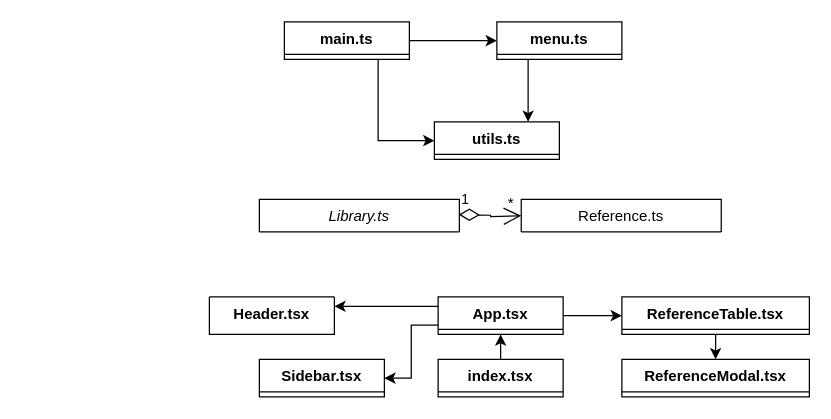
The draw.io diagram doc/UML.drawio in zezosarg/bibliography-manager, before the edit. Source tidied: cells renumbered, new cells numbered last; positions are measured from the earlier drawing's top-left corner, leaving out a move shared by most shapes. Both pictures are drawn from the tidied source at 125%, with x=0, y=0 at pixel (209, 21).
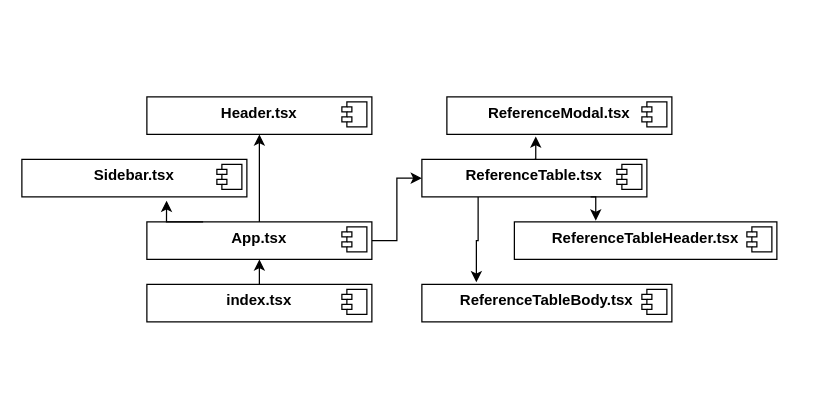
Above is the later version.

Change to the diagram source:
```diff
@@
-    <mxCell id="2" value="Library.ts" style="swimlane;fontStyle=2;align=center;verticalAlign=top;horizontal=1;startSize=26;rounded=0;shadow=0;strokeWidth=1;" parent="1" vertex="1" collapsed="1">
-      <mxGeometry x="40" y="142" width="160" height="26" as="geometry" />
-    </mxCell>
-    <mxCell id="3" value="Reference.ts" style="swimlane;fontStyle=0;align=center;verticalAlign=top;horizontal=1;startSize=26;rounded=0;shadow=0;strokeWidth=1;" parent="1" vertex="1" collapsed="1">
-      <mxGeometry x="249.5" y="142" width="160" height="26" as="geometry" />
-    </mxCell>
-    <mxCell id="4" value="1" style="endArrow=open;html=1;endSize=12;startArrow=diamondThin;startSize=14;startFill=0;edgeStyle=orthogonalEdgeStyle;align=left;verticalAlign=bottom;rounded=0;" parent="1" edge="1">
-      <mxGeometry x="-1" y="3" relative="1" as="geometry">
-        <mxPoint x="199.5" y="154.2" as="sourcePoint" />
-        <mxPoint x="249.5" y="155.2" as="targetPoint" />
-      </mxGeometry>
-    </mxCell>
-    <mxCell id="5" value="*" style="text;html=1;align=center;verticalAlign=middle;strokeColor=none;fillColor=none;" parent="1" vertex="1">
-      <mxGeometry x="225.5" y="130" width="30" height="30" as="geometry" />
-    </mxCell>
-    <mxCell id="6" style="edgeStyle=orthogonalEdgeStyle;rounded=0;jettySize=auto;html=1;exitX=0.75;exitY=1;exitDx=0;exitDy=0;entryX=0;entryY=0.5;entryDx=0;entryDy=0;" parent="1" edge="1" source="8" target="11">
-      <mxGeometry relative="1" as="geometry" />
-    </mxCell>
-    <mxCell id="7" style="edgeStyle=orthogonalEdgeStyle;rounded=0;jettySize=auto;html=1;exitX=1;exitY=0.5;exitDx=0;exitDy=0;entryX=0;entryY=0.5;entryDx=0;entryDy=0;" parent="1" edge="1" source="8" target="10">
-      <mxGeometry relative="1" as="geometry" />
-    </mxCell>
-    <mxCell id="8" value="main.ts" style="swimlane;fontStyle=1;align=center;verticalAlign=top;horizontal=1;startSize=26;whiteSpace=wrap;html=1;" parent="1" vertex="1" collapsed="1">
-      <mxGeometry x="60" width="100" height="30" as="geometry" />
-    </mxCell>
-    <mxCell id="9" style="edgeStyle=orthogonalEdgeStyle;rounded=0;jettySize=auto;html=1;exitX=0.25;exitY=1;exitDx=0;exitDy=0;entryX=0.75;entryY=0;entryDx=0;entryDy=0;" parent="1" edge="1" source="10" target="11">
-      <mxGeometry relative="1" as="geometry" />
-    </mxCell>
-    <mxCell id="10" value="menu.ts" style="swimlane;fontStyle=1;align=center;verticalAlign=top;horizontal=1;startSize=26;whiteSpace=wrap;html=1;" parent="1" vertex="1" collapsed="1">
-      <mxGeometry x="230" width="100" height="30" as="geometry" />
-    </mxCell>
-    <mxCell id="11" value="utils.ts" style="swimlane;fontStyle=1;align=center;verticalAlign=top;horizontal=1;startSize=26;whiteSpace=wrap;html=1;" parent="1" vertex="1" collapsed="1">
-      <mxGeometry x="180" y="80" width="100" height="30" as="geometry" />
-    </mxCell>
+    <mxCell id="23" value="&lt;p style=&quot;margin:0px;margin-top:6px;text-align:center;&quot;&gt;&lt;b&gt;ReferenceTableBody.tsx&lt;/b&gt;&lt;/p&gt;" style="align=left;overflow=fill;html=1;whiteSpace=wrap;" parent="1" vertex="1">
+      <mxGeometry x="170" y="210" width="200" height="30" as="geometry" />
+    </mxCell>
+    <mxCell id="24" style="shape=component;jettyWidth=8;jettyHeight=4;" parent="23" vertex="1">
+      <mxGeometry x="1" width="20" height="20" relative="1" as="geometry">
+        <mxPoint x="-24" y="4" as="offset" />
+      </mxGeometry>
+    </mxCell>
+    <mxCell id="25" value="&lt;p style=&quot;margin:0px;margin-top:6px;text-align:center;&quot;&gt;&lt;b&gt;ReferenceTableHeader.tsx&lt;/b&gt;&lt;/p&gt;" style="align=left;overflow=fill;html=1;whiteSpace=wrap;" parent="1" vertex="1">
+      <mxGeometry x="244" y="160" width="210" height="30" as="geometry" />
+    </mxCell>
+    <mxCell id="26" style="shape=component;jettyWidth=8;jettyHeight=4;" parent="25" vertex="1">
+      <mxGeometry x="1" width="20" height="20" relative="1" as="geometry">
+        <mxPoint x="-24" y="4" as="offset" />
+      </mxGeometry>
+    </mxCell>
+    <mxCell id="18" value="&lt;p style=&quot;margin:0px;margin-top:6px;text-align:center;&quot;&gt;&lt;b&gt;Sidebar.tsx&lt;/b&gt;&lt;/p&gt;&lt;p style=&quot;margin:0px;margin-top:6px;text-align:center;&quot;&gt;&lt;b&gt;&lt;br&gt;&lt;/b&gt;&lt;/p&gt;" style="align=left;overflow=fill;html=1;whiteSpace=wrap;" parent="1" vertex="1">
+      <mxGeometry x="-150" y="110" width="180" height="30" as="geometry" />
+    </mxCell>
+    <mxCell id="27" style="shape=component;jettyWidth=8;jettyHeight=4;" parent="18" vertex="1">
+      <mxGeometry x="1" width="20" height="20" relative="1" as="geometry">
+        <mxPoint x="-24" y="4" as="offset" />
+      </mxGeometry>
+    </mxCell>
+    <mxCell id="20" value="&lt;p style=&quot;margin:0px;margin-top:6px;text-align:center;&quot;&gt;&lt;b&gt;ReferenceTable.tsx&lt;/b&gt;&lt;/p&gt;" style="align=left;overflow=fill;html=1;whiteSpace=wrap;" parent="1" vertex="1">
+      <mxGeometry x="170" y="110" width="180" height="30" as="geometry" />
+    </mxCell>
+    <mxCell id="28" style="shape=component;jettyWidth=8;jettyHeight=4;" parent="20" vertex="1">
+      <mxGeometry x="1" width="20" height="20" relative="1" as="geometry">
+        <mxPoint x="-24" y="4" as="offset" />
+      </mxGeometry>
+    </mxCell>
+    <mxCell id="22" value="&lt;p style=&quot;margin:0px;margin-top:6px;text-align:center;&quot;&gt;&lt;b&gt;Header.tsx&lt;/b&gt;&lt;/p&gt;" style="align=left;overflow=fill;html=1;whiteSpace=wrap;" parent="1" vertex="1">
+      <mxGeometry x="-50" y="60" width="180" height="30" as="geometry" />
+    </mxCell>
+    <mxCell id="29" style="shape=component;jettyWidth=8;jettyHeight=4;" parent="22" vertex="1">
+      <mxGeometry x="1" width="20" height="20" relative="1" as="geometry">
+        <mxPoint x="-24" y="4" as="offset" />
+      </mxGeometry>
+    </mxCell>
+    <mxCell id="15" style="edgeStyle=orthogonalEdgeStyle;rounded=0;jettySize=auto;html=1;exitX=0.5;exitY=0;exitDx=0;exitDy=0;entryX=0.5;entryY=1;entryDx=0;entryDy=0;" parent="1" edge="1" source="17" target="22">
+      <mxGeometry relative="1" as="geometry" />
+    </mxCell>
+    <mxCell id="14" style="edgeStyle=orthogonalEdgeStyle;rounded=0;jettySize=auto;html=1;exitX=1;exitY=0.5;exitDx=0;exitDy=0;entryX=0;entryY=0.5;entryDx=0;entryDy=0;" parent="1" edge="1" source="17" target="20">
+      <mxGeometry relative="1" as="geometry" />
+    </mxCell>
+    <mxCell id="17" value="&lt;p style=&quot;margin:0px;margin-top:6px;text-align:center;&quot;&gt;&lt;b&gt;App.tsx&lt;/b&gt;&lt;/p&gt;&lt;p style=&quot;margin:0px;margin-top:6px;text-align:center;&quot;&gt;&lt;b&gt;&lt;br&gt;&lt;/b&gt;&lt;/p&gt;" style="align=left;overflow=fill;html=1;whiteSpace=wrap;" parent="1" vertex="1">
+      <mxGeometry x="-50" y="160" width="180" height="30" as="geometry" />
+    </mxCell>
+    <mxCell id="30" style="shape=component;jettyWidth=8;jettyHeight=4;" parent="17" vertex="1">
+      <mxGeometry x="1" width="20" height="20" relative="1" as="geometry">
+        <mxPoint x="-24" y="4" as="offset" />
+      </mxGeometry>
+    </mxCell>
@@
-    <mxCell id="13" value="index.tsx" style="swimlane;fontStyle=1;align=center;verticalAlign=top;horizontal=1;startSize=26;whiteSpace=wrap;html=1;" parent="1" vertex="1" collapsed="1">
-      <mxGeometry x="183" y="270" width="100" height="30" as="geometry" />
+    <mxCell id="13" value="&lt;p style=&quot;margin:0px;margin-top:6px;text-align:center;&quot;&gt;&lt;b&gt;index.tsx&lt;/b&gt;&lt;/p&gt;&lt;p style=&quot;margin:0px;margin-top:6px;text-align:center;&quot;&gt;&lt;b&gt;&lt;br&gt;&lt;/b&gt;&lt;/p&gt;" style="align=left;overflow=fill;html=1;whiteSpace=wrap;" parent="1" vertex="1">
+      <mxGeometry x="-50" y="210" width="180" height="30" as="geometry" />
     </mxCell>
-    <mxCell id="14" style="edgeStyle=orthogonalEdgeStyle;rounded=0;jettySize=auto;html=1;exitX=1;exitY=0.5;exitDx=0;exitDy=0;entryX=0;entryY=0.5;entryDx=0;entryDy=0;" parent="1" edge="1" source="17" target="20">
-      <mxGeometry relative="1" as="geometry" />
-    </mxCell>
-    <mxCell id="15" style="edgeStyle=orthogonalEdgeStyle;rounded=0;jettySize=auto;html=1;exitX=0;exitY=0.25;exitDx=0;exitDy=0;entryX=1;entryY=0.25;entryDx=0;entryDy=0;" parent="1" edge="1" source="17" target="22">
-      <mxGeometry relative="1" as="geometry" />
-    </mxCell>
+    <mxCell id="31" style="shape=component;jettyWidth=8;jettyHeight=4;" parent="13" vertex="1">
+      <mxGeometry x="1" width="20" height="20" relative="1" as="geometry">
+        <mxPoint x="-24" y="4" as="offset" />
+      </mxGeometry>
+    </mxCell>
+    <mxCell id="21" value="&lt;p style=&quot;margin:0px;margin-top:6px;text-align:center;&quot;&gt;&lt;b&gt;ReferenceModal.tsx&lt;/b&gt;&lt;/p&gt;" style="align=left;overflow=fill;html=1;whiteSpace=wrap;" parent="1" vertex="1">
+      <mxGeometry x="190" y="60" width="180" height="30" as="geometry" />
+    </mxCell>
+    <mxCell id="32" style="shape=component;jettyWidth=8;jettyHeight=4;" parent="21" vertex="1">
+      <mxGeometry x="1" width="20" height="20" relative="1" as="geometry">
+        <mxPoint x="-24" y="4" as="offset" />
+      </mxGeometry>
+    </mxCell>
-    <mxCell id="16" style="edgeStyle=orthogonalEdgeStyle;rounded=0;jettySize=auto;html=1;exitX=0;exitY=0.75;exitDx=0;exitDy=0;entryX=1;entryY=0.5;entryDx=0;entryDy=0;" parent="1" edge="1" source="17" target="18">
+    <mxCell id="16" style="edgeStyle=orthogonalEdgeStyle;rounded=0;jettySize=auto;html=1;exitX=0.25;exitY=0;exitDx=0;exitDy=0;entryX=0.643;entryY=1.1;entryDx=0;entryDy=0;entryPerimeter=0;" parent="1" edge="1" source="17" target="18">
       <mxGeometry relative="1" as="geometry" />
     </mxCell>
-    <mxCell id="17" value="App.tsx" style="swimlane;fontStyle=1;align=center;verticalAlign=top;horizontal=1;startSize=26;whiteSpace=wrap;html=1;" parent="1" vertex="1" collapsed="1">
-      <mxGeometry x="183" y="220" width="100" height="30" as="geometry" />
-    </mxCell>
-    <mxCell id="18" value="Sidebar.tsx" style="swimlane;fontStyle=1;align=center;verticalAlign=top;horizontal=1;startSize=26;whiteSpace=wrap;html=1;" parent="1" vertex="1" collapsed="1">
-      <mxGeometry x="40" y="270" width="100" height="30" as="geometry" />
-    </mxCell>
+    <mxCell id="33" style="edgeStyle=orthogonalEdgeStyle;rounded=0;jettySize=auto;html=1;exitX=0.25;exitY=1;exitDx=0;exitDy=0;entryX=0.218;entryY=-0.056;entryDx=0;entryDy=0;entryPerimeter=0;" parent="1" edge="1" source="20" target="23">
+      <mxGeometry relative="1" as="geometry" />
+    </mxCell>
+    <mxCell id="34" style="edgeStyle=orthogonalEdgeStyle;rounded=0;jettySize=auto;html=1;exitX=0.75;exitY=1;exitDx=0;exitDy=0;entryX=0.31;entryY=-0.033;entryDx=0;entryDy=0;entryPerimeter=0;" parent="1" edge="1" source="20" target="25">
+      <mxGeometry relative="1" as="geometry" />
+    </mxCell>
-    <mxCell id="19" style="edgeStyle=orthogonalEdgeStyle;rounded=0;jettySize=auto;html=1;exitX=0.5;exitY=1;exitDx=0;exitDy=0;entryX=0.5;entryY=0;entryDx=0;entryDy=0;" parent="1" edge="1" source="20" target="21">
+    <mxCell id="19" style="edgeStyle=orthogonalEdgeStyle;rounded=0;jettySize=auto;html=1;exitX=0.5;exitY=0;exitDx=0;exitDy=0;entryX=0.395;entryY=1.056;entryDx=0;entryDy=0;entryPerimeter=0;" parent="1" edge="1" source="20" target="21">
       <mxGeometry relative="1" as="geometry" />
     </mxCell>
-    <mxCell id="20" value="ReferenceTable.tsx" style="swimlane;fontStyle=1;align=center;verticalAlign=top;horizontal=1;startSize=26;whiteSpace=wrap;html=1;" parent="1" vertex="1" collapsed="1">
-      <mxGeometry x="330" y="220" width="150" height="30" as="geometry" />
-    </mxCell>
-    <mxCell id="21" value="ReferenceModal.tsx" style="swimlane;fontStyle=1;align=center;verticalAlign=top;horizontal=1;startSize=26;whiteSpace=wrap;html=1;" parent="1" vertex="1" collapsed="1">
-      <mxGeometry x="330" y="270" width="150" height="30" as="geometry" />
-    </mxCell>
-    <mxCell id="22" value="Header.tsx" style="swimlane;fontStyle=1;align=center;verticalAlign=top;horizontal=1;startSize=0;whiteSpace=wrap;html=1;" parent="1" vertex="1" collapsed="1">
-      <mxGeometry y="220" width="100" height="30" as="geometry" />
-    </mxCell>
```
